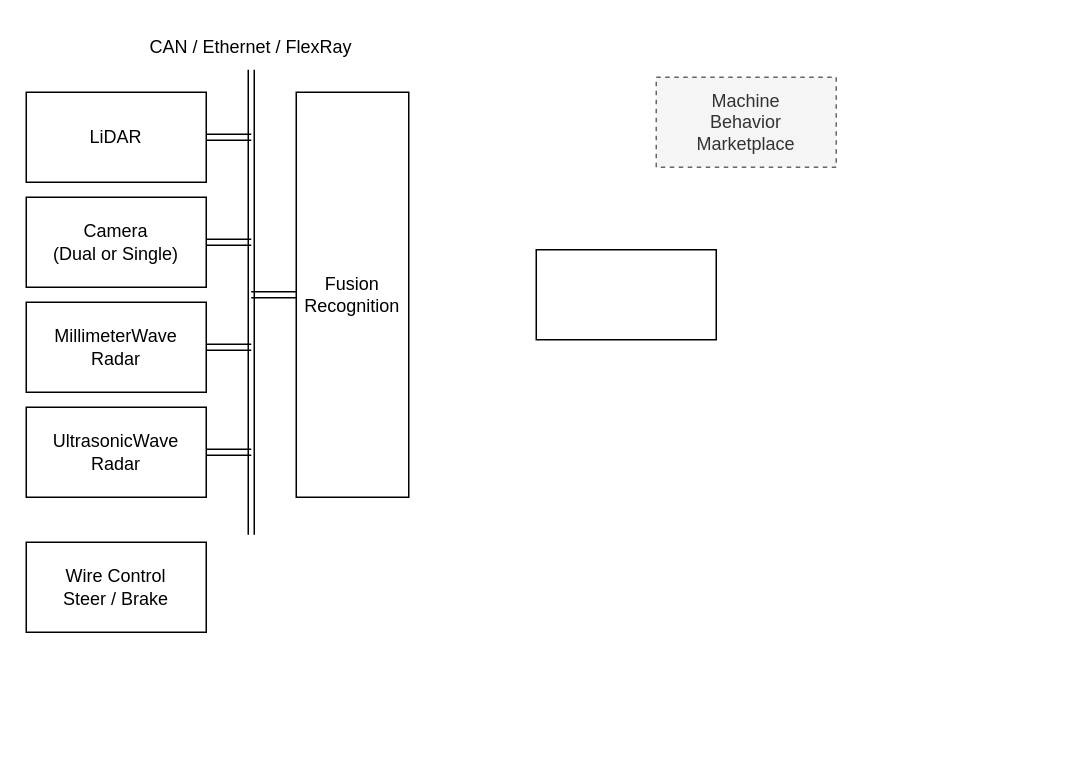
Earlier version of the draw.io diagram media/dooyo_idea_rpp_1.drawio (df595149790/df595149790.github.io). Source tidied: cells renumbered, new cells numbered last; positions are measured from the earlier drawing's top-left corner, leaving out a move shared by most shapes. Both pictures are drawn from the tidied source at 150%, with x=0, y=0 at pixel (26, 32).
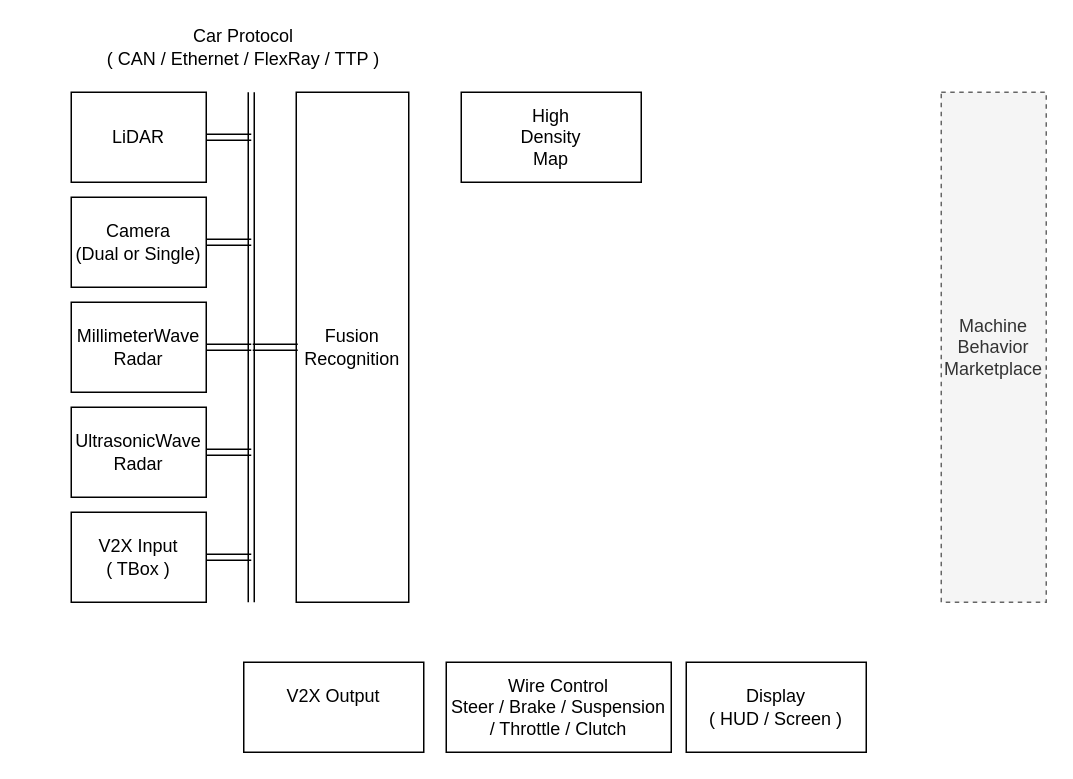
Above is the later version.

Change to the diagram source:
```diff
@@
     <mxCell id="2" value="Machine&lt;br&gt;Behavior&lt;br&gt;Marketplace&lt;br&gt;" style="rounded=0;whiteSpace=wrap;html=1;dashed=1;fillColor=#f5f5f5;strokeColor=#666666;fontColor=#333333;" parent="1" vertex="1">
-      <mxGeometry x="420" y="30" width="120" height="60" as="geometry" />
+      <mxGeometry x="610" y="40" width="70" height="340" as="geometry" />
     </mxCell>
     <mxCell id="3" value="LiDAR" style="rounded=0;whiteSpace=wrap;html=1;" parent="1" vertex="1">
-      <mxGeometry y="40" width="120" height="60" as="geometry" />
+      <mxGeometry x="30" y="40" width="90" height="60" as="geometry" />
     </mxCell>
     <mxCell id="4" value="Camera&lt;br&gt;(Dual or Single)&lt;br&gt;" style="rounded=0;whiteSpace=wrap;html=1;" parent="1" vertex="1">
-      <mxGeometry y="110" width="120" height="60" as="geometry" />
+      <mxGeometry x="30" y="110" width="90" height="60" as="geometry" />
     </mxCell>
     <mxCell id="5" value="MillimeterWave&lt;br&gt;Radar&lt;br&gt;" style="rounded=0;whiteSpace=wrap;html=1;" parent="1" vertex="1">
-      <mxGeometry y="180" width="120" height="60" as="geometry" />
+      <mxGeometry x="30" y="180" width="90" height="60" as="geometry" />
     </mxCell>
     <mxCell id="6" value="UltrasonicWave&lt;br&gt;Radar&lt;br&gt;" style="rounded=0;whiteSpace=wrap;html=1;" parent="1" vertex="1">
-      <mxGeometry y="250" width="120" height="60" as="geometry" />
+      <mxGeometry x="30" y="250" width="90" height="60" as="geometry" />
     </mxCell>
     <mxCell id="7" value="Fusion&lt;br&gt;Recognition&lt;br&gt;" style="rounded=0;whiteSpace=wrap;html=1;shadow=0;fillColor=none;" parent="1" vertex="1">
-      <mxGeometry x="180" y="40" width="75" height="270" as="geometry" />
+      <mxGeometry x="180" y="40" width="75" height="340" as="geometry" />
     </mxCell>
     <mxCell id="8" style="shape=link;html=1;" parent="1" edge="1">
       <mxGeometry relative="1" as="geometry">
-        <mxPoint x="150" y="335" as="sourcePoint" />
-        <mxPoint x="150" y="25" as="targetPoint" />
+        <mxPoint x="150" y="380" as="sourcePoint" />
+        <mxPoint x="150" y="40" as="targetPoint" />
       </mxGeometry>
     </mxCell>
@@
-    <mxCell id="13" style="shape=link;html=1;entryX=0;entryY=0.5;entryDx=0;entryDy=0;" parent="1" edge="1" target="7">
-      <mxGeometry relative="1" as="geometry">
-        <mxPoint x="150" y="175" as="sourcePoint" />
-      </mxGeometry>
-    </mxCell>
-    <mxCell id="14" value="CAN /&amp;nbsp;&lt;span&gt;Ethernet /&amp;nbsp;&lt;/span&gt;&lt;span&gt;FlexRay&lt;/span&gt;" style="text;html=1;strokeColor=none;fillColor=none;align=center;verticalAlign=middle;whiteSpace=wrap;rounded=0;shadow=0;" parent="1" vertex="1">
-      <mxGeometry x="70" width="160" height="20" as="geometry" />
+    <mxCell id="14" value="Car Protocol&lt;br&gt;( CAN /&amp;nbsp;&lt;span&gt;Ethernet /&amp;nbsp;&lt;/span&gt;&lt;span&gt;FlexRay / TTP )&lt;/span&gt;" style="text;html=1;strokeColor=none;fillColor=none;align=center;verticalAlign=middle;whiteSpace=wrap;rounded=0;shadow=0;" parent="1" vertex="1">
+      <mxGeometry x="40" width="210" height="20" as="geometry" />
     </mxCell>
-    <mxCell id="15" style="rounded=0;whiteSpace=wrap;html=1;shadow=0;fillColor=none;" parent="1" vertex="1">
-      <mxGeometry x="340" y="145" width="120" height="60" as="geometry" />
+    <mxCell id="15" value="High &lt;br&gt;Density &lt;br&gt;Map" style="rounded=0;whiteSpace=wrap;html=1;shadow=0;fillColor=none;" parent="1" vertex="1">
+      <mxGeometry x="290" y="40" width="120" height="60" as="geometry" />
     </mxCell>
-    <mxCell id="16" value="Wire Control&lt;br&gt;Steer / Brake&lt;br&gt;" style="rounded=0;whiteSpace=wrap;html=1;" parent="1" vertex="1">
-      <mxGeometry y="340" width="120" height="60" as="geometry" />
+    <mxCell id="16" value="Wire Control&lt;br&gt;Steer / Brake / Suspension / Throttle / Clutch&lt;br&gt;" style="rounded=0;whiteSpace=wrap;html=1;" parent="1" vertex="1">
+      <mxGeometry x="280" y="420" width="150" height="60" as="geometry" />
     </mxCell>
+    <mxCell id="17" value="V2X Input&lt;br&gt;( TBox )&lt;br&gt;" style="rounded=0;whiteSpace=wrap;html=1;shadow=0;fillColor=none;" parent="1" vertex="1">
+      <mxGeometry x="30" y="320" width="90" height="60" as="geometry" />
+    </mxCell>
+    <mxCell id="18" style="shape=link;html=1;exitX=1;exitY=0.5;exitDx=0;exitDy=0;" parent="1" edge="1" source="17">
+      <mxGeometry relative="1" as="geometry">
+        <mxPoint x="150" y="350" as="targetPoint" />
+      </mxGeometry>
+    </mxCell>
+    <mxCell id="19" style="shape=link;html=1;exitX=1;exitY=0.5;exitDx=0;exitDy=0;" parent="1" edge="1">
+      <mxGeometry relative="1" as="geometry">
+        <mxPoint x="151" y="210" as="sourcePoint" />
+        <mxPoint x="181" y="210" as="targetPoint" />
+      </mxGeometry>
+    </mxCell>
+    <mxCell id="20" value="V2X Output&lt;br&gt;&lt;br&gt;" style="rounded=0;whiteSpace=wrap;html=1;shadow=0;fillColor=none;" parent="1" vertex="1">
+      <mxGeometry x="145" y="420" width="120" height="60" as="geometry" />
+    </mxCell>
+    <mxCell id="21" value="Display&lt;br&gt;( HUD / Screen )&lt;br&gt;" style="rounded=0;whiteSpace=wrap;html=1;shadow=0;fillColor=none;" parent="1" vertex="1">
+      <mxGeometry x="440" y="420" width="120" height="60" as="geometry" />
+    </mxCell>
```
